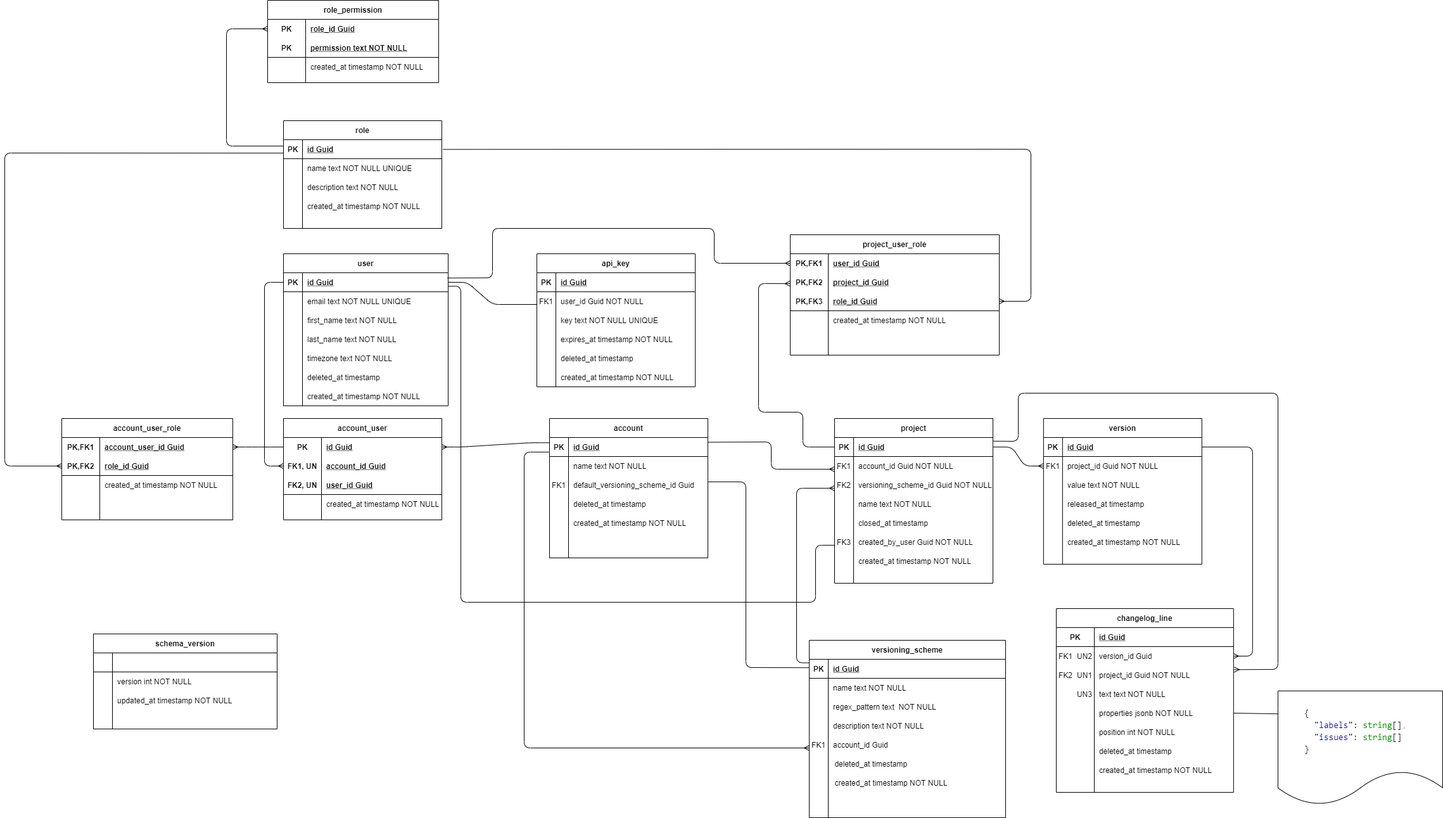
This is docs/assets/ChangeTrackerDbSchema.png from stefan-jeitler/change-blog, a draw.io export, as it was before one commit. Source tidied: cells renumbered, new cells last; positions are measured from the earlier drawing's top-left corner, leaving out a move shared by most shapes.
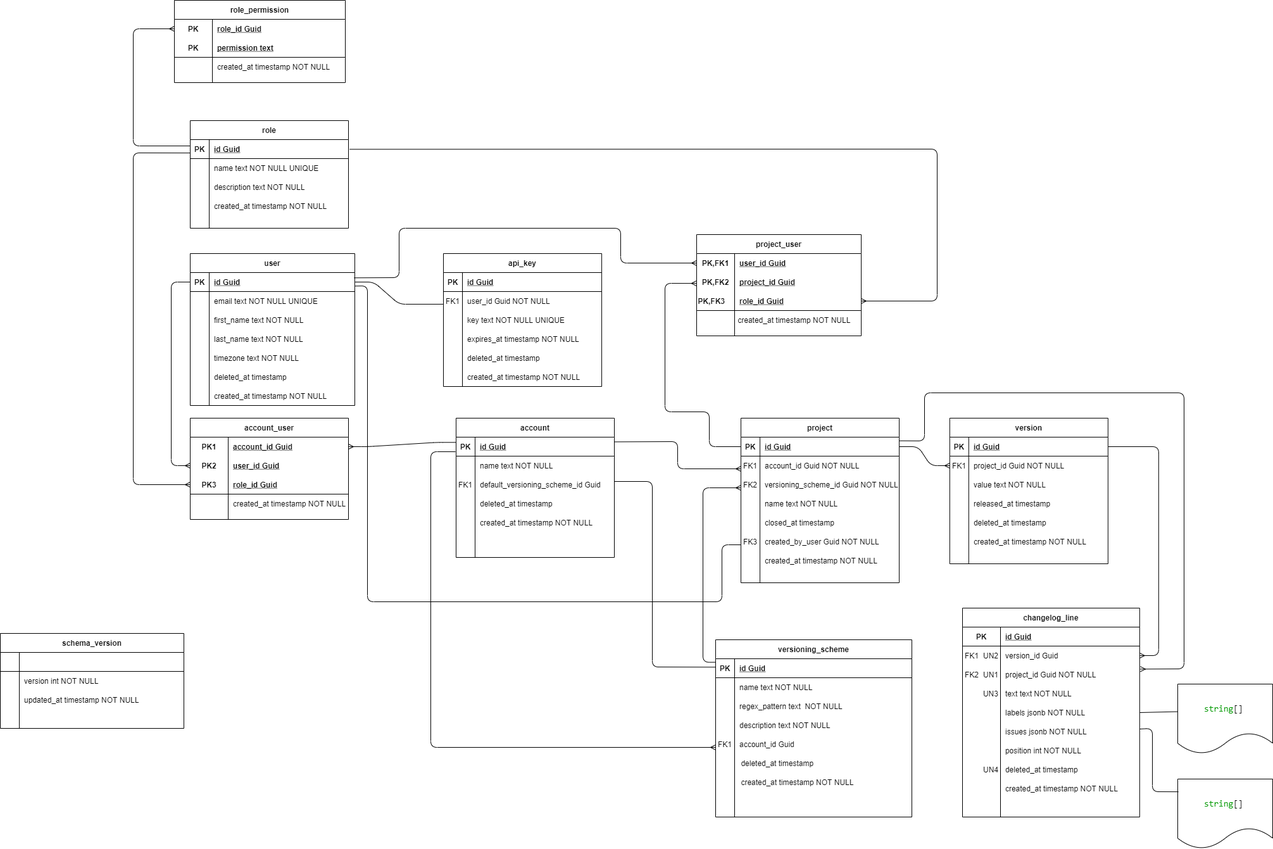
The same diagram one commit later.

Change to the diagram source:
```diff
@@ -41,3 +41,3 @@
     <mxCell id="14" value="changelog_line" style="shape=table;startSize=30;rowLines=0;fontStyle=1;align=center;" parent="1" vertex="1">
-      <mxGeometry x="1660" y="960" width="279.9" height="290" as="geometry" />
+      <mxGeometry x="1660" y="960" width="279.9" height="330" as="geometry" />
     </mxCell>
@@ -203,3 +203,3 @@
     <mxCell id="66" value="created_at timestamp NOT NULL" style="shape=partialRectangle;overflow=hidden;fillColor=none;top=0;left=0;bottom=0;right=0;align=left;spacingLeft=6;" parent="1" vertex="1">
-      <mxGeometry x="1719.9" y="1200" width="220" height="30" as="geometry" />
+      <mxGeometry x="1719.9" y="1230" width="220" height="30" as="geometry" />
     </mxCell>
@@ -321,41 +321,2 @@
     </mxCell>
-    <mxCell id="97" value="account_user_role" style="shape=table;startSize=30;rowLines=0;fontStyle=1;align=center;" parent="1" vertex="1">
-      <mxGeometry x="90" y="660" width="270" height="160" as="geometry" />
-    </mxCell>
-    <mxCell id="98" style="shape=partialRectangle;fillColor=none;top=0;left=0;bottom=0;right=0;points=[[0,0.5],[1,0.5]];portConstraint=eastwest;" parent="97" vertex="1">
-      <mxGeometry y="30" width="270" height="30" as="geometry" />
-    </mxCell>
-    <mxCell id="99" value="PK,FK1" style="shape=partialRectangle;fillColor=none;top=0;left=0;bottom=0;right=0;fontStyle=1;overflow=hidden;" parent="98" vertex="1">
-      <mxGeometry width="60" height="30" as="geometry" />
-    </mxCell>
-    <mxCell id="100" value="account_user_id Guid" style="shape=partialRectangle;fillColor=none;top=0;left=0;bottom=0;right=0;align=left;spacingLeft=6;fontStyle=5;overflow=hidden;" parent="98" vertex="1">
-      <mxGeometry x="60" width="210" height="30" as="geometry" />
-    </mxCell>
-    <mxCell id="101" style="shape=partialRectangle;fillColor=none;top=0;left=0;bottom=1;right=0;points=[[0,0.5],[1,0.5]];portConstraint=eastwest;" parent="97" vertex="1">
-      <mxGeometry y="60" width="270" height="30" as="geometry" />
-    </mxCell>
-    <mxCell id="102" value="PK,FK2" style="shape=partialRectangle;fillColor=none;top=0;left=0;bottom=0;right=0;fontStyle=1;overflow=hidden;" parent="101" vertex="1">
-      <mxGeometry width="60" height="30" as="geometry" />
-    </mxCell>
-    <mxCell id="103" value="role_id Guid" style="shape=partialRectangle;fillColor=none;top=0;left=0;bottom=0;right=0;align=left;spacingLeft=6;fontStyle=5;overflow=hidden;" parent="101" vertex="1">
-      <mxGeometry x="60" width="210" height="30" as="geometry" />
-    </mxCell>
-    <mxCell id="104" style="shape=partialRectangle;fillColor=none;top=0;left=0;bottom=0;right=0;" parent="97" vertex="1">
-      <mxGeometry y="90" width="270" height="30" as="geometry" />
-    </mxCell>
-    <mxCell id="105" style="shape=partialRectangle;fillColor=none;top=0;left=0;bottom=0;right=0;overflow=hidden;" parent="104" vertex="1">
-      <mxGeometry width="60" height="30" as="geometry" />
-    </mxCell>
-    <mxCell id="106" value="created_at timestamp NOT NULL" style="shape=partialRectangle;fillColor=none;top=0;left=0;bottom=0;right=0;align=left;spacingLeft=6;overflow=hidden;" parent="104" vertex="1">
-      <mxGeometry x="60" width="210" height="30" as="geometry" />
-    </mxCell>
-    <mxCell id="107" style="shape=partialRectangle;fillColor=none;top=0;left=0;bottom=0;right=0;" parent="97" vertex="1">
-      <mxGeometry y="120" width="270" height="30" as="geometry" />
-    </mxCell>
-    <mxCell id="108" style="shape=partialRectangle;fillColor=none;top=0;left=0;bottom=0;right=0;overflow=hidden;" parent="107" vertex="1">
-      <mxGeometry width="60" height="30" as="geometry" />
-    </mxCell>
-    <mxCell id="109" style="shape=partialRectangle;fillColor=none;top=0;left=0;bottom=0;right=0;align=left;spacingLeft=6;overflow=hidden;" parent="107" vertex="1">
-      <mxGeometry x="60" width="210" height="30" as="geometry" />
-    </mxCell>
     <mxCell id="110" value="role" style="shape=table;startSize=30;rowLines=0;fontStyle=1;align=center;" parent="1" vertex="1">
@@ -408,3 +369,3 @@
     </mxCell>
-    <mxCell id="126" value="permission text NOT NULL" style="shape=partialRectangle;fillColor=none;top=0;left=0;bottom=0;right=0;align=left;spacingLeft=6;fontStyle=5;overflow=hidden;" parent="124" vertex="1">
+    <mxCell id="126" value="permission text" style="shape=partialRectangle;fillColor=none;top=0;left=0;bottom=0;right=0;align=left;spacingLeft=6;fontStyle=5;overflow=hidden;" parent="124" vertex="1">
       <mxGeometry x="60" width="210" height="30" as="geometry" />
@@ -474,6 +435,6 @@
     </mxCell>
-    <mxCell id="148" value="PK" style="shape=partialRectangle;fillColor=none;top=0;left=0;bottom=0;right=0;fontStyle=1;overflow=hidden;" parent="147" vertex="1">
+    <mxCell id="148" value="PK1" style="shape=partialRectangle;fillColor=none;top=0;left=0;bottom=0;right=0;fontStyle=1;overflow=hidden;" parent="147" vertex="1">
       <mxGeometry width="60" height="30" as="geometry" />
     </mxCell>
-    <mxCell id="149" value="id Guid" style="shape=partialRectangle;fillColor=none;top=0;left=0;bottom=0;right=0;align=left;spacingLeft=6;fontStyle=5;overflow=hidden;" parent="147" vertex="1">
+    <mxCell id="149" value="account_id Guid" style="shape=partialRectangle;fillColor=none;top=0;left=0;bottom=0;right=0;align=left;spacingLeft=6;fontStyle=5;overflow=hidden;" parent="147" vertex="1">
       <mxGeometry x="60" width="190" height="30" as="geometry" />
@@ -483,6 +444,6 @@
     </mxCell>
-    <mxCell id="151" value="FK1, UN" style="shape=partialRectangle;fillColor=none;top=0;left=0;bottom=0;right=0;fontStyle=1;overflow=hidden;" parent="150" vertex="1">
+    <mxCell id="151" value="PK2" style="shape=partialRectangle;fillColor=none;top=0;left=0;bottom=0;right=0;fontStyle=1;overflow=hidden;" parent="150" vertex="1">
       <mxGeometry width="60" height="30" as="geometry" />
     </mxCell>
-    <mxCell id="152" value="account_id Guid" style="shape=partialRectangle;fillColor=none;top=0;left=0;bottom=0;right=0;align=left;spacingLeft=6;fontStyle=5;overflow=hidden;" parent="150" vertex="1">
+    <mxCell id="152" value="user_id Guid" style="shape=partialRectangle;fillColor=none;top=0;left=0;bottom=0;right=0;align=left;spacingLeft=6;fontStyle=5;overflow=hidden;" parent="150" vertex="1">
       <mxGeometry x="60" width="190" height="30" as="geometry" />
@@ -510,19 +471,13 @@
     </mxCell>
-    <mxCell id="156" value="FK2, UN" style="shape=partialRectangle;fillColor=none;top=0;left=0;bottom=0;right=0;fontStyle=1;overflow=hidden;" parent="155" vertex="1">
+    <mxCell id="156" value="PK3" style="shape=partialRectangle;fillColor=none;top=0;left=0;bottom=0;right=0;fontStyle=1;overflow=hidden;" parent="155" vertex="1">
       <mxGeometry width="60" height="30" as="geometry" />
     </mxCell>
-    <mxCell id="157" value="user_id Guid" style="shape=partialRectangle;fillColor=none;top=0;left=0;bottom=0;right=0;align=left;spacingLeft=6;fontStyle=5;overflow=hidden;" parent="1" vertex="1">
+    <mxCell id="157" value="role_id Guid" style="shape=partialRectangle;fillColor=none;top=0;left=0;bottom=0;right=0;align=left;spacingLeft=6;fontStyle=5;overflow=hidden;" parent="1" vertex="1">
       <mxGeometry x="500" y="750" width="190" height="30" as="geometry" />
     </mxCell>
-    <mxCell id="158" value="created_at timestamp NOT NULL" style="shape=partialRectangle;fillColor=none;top=0;left=0;bottom=0;right=0;align=left;spacingLeft=6;overflow=hidden;" parent="1" vertex="1">
-      <mxGeometry x="500" y="780" width="190" height="30" as="geometry" />
-    </mxCell>
-    <mxCell id="159" style="edgeStyle=entityRelationEdgeStyle;fontSize=12;html=1;endArrow=none;endFill=0;exitX=1;exitY=0.5;exitDx=0;exitDy=0;entryX=0;entryY=0.5;entryDx=0;entryDy=0;startArrow=ERmany;startFill=0;" parent="1" edge="1" source="98" target="147">
-      <mxGeometry relative="1" as="geometry" />
-    </mxCell>
-    <mxCell id="160" style="fontSize=12;html=1;endArrow=none;endFill=0;entryX=0.002;entryY=0.705;entryDx=0;entryDy=0;exitX=0;exitY=0.5;exitDx=0;exitDy=0;startArrow=ERmany;startFill=0;entryPerimeter=0;" parent="1" edge="1" source="101" target="111">
+    <mxCell id="160" style="fontSize=12;html=1;endArrow=none;endFill=0;entryX=0.002;entryY=0.705;entryDx=0;entryDy=0;startArrow=ERmany;startFill=0;entryPerimeter=0;exitX=0;exitY=0.5;exitDx=0;exitDy=0;" parent="1" edge="1" source="155" target="111">
       <mxGeometry relative="1" as="geometry">
         <Array as="points">
-          <mxPoint y="735" />
-          <mxPoint y="241" />
+          <mxPoint x="350" y="765" />
+          <mxPoint x="350" y="241" />
         </Array>
@@ -539,7 +494,7 @@
     </mxCell>
-    <mxCell id="162" value="project_user_role" style="shape=table;startSize=30;rowLines=0;fontStyle=1;align=center;" parent="1" vertex="1">
-      <mxGeometry x="1240" y="370" width="330" height="190" as="geometry" />
+    <mxCell id="162" value="project_user" style="shape=table;startSize=30;rowLines=0;fontStyle=1;align=center;" parent="1" vertex="1">
+      <mxGeometry x="1240" y="370" width="260" height="160" as="geometry" />
     </mxCell>
     <mxCell id="163" style="shape=partialRectangle;fillColor=none;top=0;left=0;bottom=0;right=0;points=[[0,0.5],[1,0.5]];portConstraint=eastwest;" parent="162" vertex="1">
-      <mxGeometry y="30" width="330" height="30" as="geometry" />
+      <mxGeometry y="30" width="260" height="30" as="geometry" />
     </mxCell>
@@ -549,6 +504,6 @@
     <mxCell id="165" value="user_id Guid" style="shape=partialRectangle;fillColor=none;top=0;left=0;bottom=0;right=0;align=left;spacingLeft=6;fontStyle=5;overflow=hidden;" parent="163" vertex="1">
-      <mxGeometry x="60" width="270" height="30" as="geometry" />
+      <mxGeometry x="60" width="200" height="30" as="geometry" />
     </mxCell>
     <mxCell id="166" style="shape=partialRectangle;fillColor=none;top=0;left=0;bottom=1;right=0;points=[[0,0.5],[1,0.5]];portConstraint=eastwest;strokeColor=none;" parent="162" vertex="1">
-      <mxGeometry y="60" width="330" height="30" as="geometry" />
+      <mxGeometry y="60" width="260" height="30" as="geometry" />
     </mxCell>
@@ -558,21 +513,21 @@
     <mxCell id="168" value="project_id Guid" style="shape=partialRectangle;fillColor=none;top=0;left=0;bottom=0;right=0;align=left;spacingLeft=6;fontStyle=5;overflow=hidden;" parent="166" vertex="1">
-      <mxGeometry x="60" width="270" height="30" as="geometry" />
+      <mxGeometry x="60" width="200" height="30" as="geometry" />
     </mxCell>
     <mxCell id="169" style="shape=partialRectangle;fillColor=none;top=0;left=0;bottom=1;right=0;points=[[0,0.5],[1,0.5]];portConstraint=eastwest;" parent="1" vertex="1">
-      <mxGeometry x="1240" y="460" width="330" height="30" as="geometry" />
+      <mxGeometry x="1240" y="460" width="260" height="30" as="geometry" />
     </mxCell>
     <mxCell id="170" value="PK,FK3" style="shape=partialRectangle;fillColor=none;top=0;left=0;bottom=0;right=0;fontStyle=1;overflow=hidden;" parent="169" vertex="1">
-      <mxGeometry width="60" height="30" as="geometry" />
+      <mxGeometry width="47.3" height="30" as="geometry" />
     </mxCell>
     <mxCell id="171" value="role_id Guid" style="shape=partialRectangle;fillColor=none;top=0;left=0;bottom=0;right=0;align=left;spacingLeft=6;fontStyle=5;overflow=hidden;" parent="169" vertex="1">
-      <mxGeometry x="60" width="270" height="30" as="geometry" />
+      <mxGeometry x="60" width="200" height="30" as="geometry" />
     </mxCell>
     <mxCell id="172" style="shape=partialRectangle;fillColor=none;top=0;left=0;bottom=0;right=0;" parent="1" vertex="1">
-      <mxGeometry x="1240" y="490" width="330" height="30" as="geometry" />
+      <mxGeometry x="1250" y="490" width="260" height="30" as="geometry" />
     </mxCell>
     <mxCell id="173" style="shape=partialRectangle;fillColor=none;top=0;left=0;bottom=0;right=0;overflow=hidden;" parent="172" vertex="1">
-      <mxGeometry width="60" height="30" as="geometry" />
+      <mxGeometry width="47.3" height="30" as="geometry" />
     </mxCell>
     <mxCell id="174" value="created_at timestamp NOT NULL" style="shape=partialRectangle;fillColor=none;top=0;left=0;bottom=0;right=0;align=left;spacingLeft=6;overflow=hidden;" parent="172" vertex="1">
-      <mxGeometry x="60" width="270" height="30" as="geometry" />
+      <mxGeometry x="47.3" width="212.7" height="30" as="geometry" />
     </mxCell>
@@ -624,9 +579,9 @@
     </mxCell>
-    <mxCell id="184" value="properties jsonb NOT NULL" style="shape=partialRectangle;overflow=hidden;fillColor=none;top=0;left=0;bottom=0;right=0;align=left;spacingLeft=6;" parent="182" vertex="1">
+    <mxCell id="184" value="labels jsonb NOT NULL" style="shape=partialRectangle;overflow=hidden;fillColor=none;top=0;left=0;bottom=0;right=0;align=left;spacingLeft=6;" parent="182" vertex="1">
       <mxGeometry x="30" width="220" height="30" as="geometry" />
     </mxCell>
-    <mxCell id="185" value="&lt;blockquote style=&quot;margin: 0 0 0 40px ; border: none ; padding: 0px&quot;&gt;&lt;div style=&quot;font-family: &amp;#34;consolas&amp;#34; , &amp;#34;courier new&amp;#34; , monospace ; font-size: 14px ; line-height: 19px&quot;&gt;&lt;div&gt;&lt;span style=&quot;background-color: rgb(255 , 255 , 255)&quot;&gt;{&lt;/span&gt;&lt;/div&gt;&lt;/div&gt;&lt;div style=&quot;font-family: &amp;#34;consolas&amp;#34; , &amp;#34;courier new&amp;#34; , monospace ; font-size: 14px ; line-height: 19px&quot;&gt;&lt;div&gt;&lt;span style=&quot;background-color: rgb(255 , 255 , 255)&quot;&gt;&lt;font color=&quot;#d4d4d4&quot;&gt;&amp;nbsp;&amp;nbsp;&lt;/font&gt;&quot;&lt;font color=&quot;#000099&quot;&gt;labels&lt;/font&gt;&lt;/span&gt;&lt;span style=&quot;background-color: rgb(255 , 255 , 255)&quot;&gt;&quot;&lt;/span&gt;&lt;span style=&quot;background-color: rgb(255 , 255 , 255)&quot;&gt;:&lt;/span&gt;&lt;span style=&quot;background-color: rgb(255 , 255 , 255)&quot;&gt;&lt;font color=&quot;#d4d4d4&quot;&gt;&amp;nbsp;&lt;/font&gt;&lt;font color=&quot;#009900&quot;&gt;string&lt;/font&gt;[]&lt;font color=&quot;#d4d4d4&quot;&gt;,&lt;/font&gt;&lt;/span&gt;&lt;/div&gt;&lt;/div&gt;&lt;div style=&quot;font-family: &amp;#34;consolas&amp;#34; , &amp;#34;courier new&amp;#34; , monospace ; font-size: 14px ; line-height: 19px&quot;&gt;&lt;div&gt;&lt;span style=&quot;background-color: rgb(255 , 255 , 255)&quot;&gt;&lt;font color=&quot;#d4d4d4&quot;&gt;&amp;nbsp;&amp;nbsp;&lt;/font&gt;&lt;/span&gt;&lt;span style=&quot;background-color: rgb(255 , 255 , 255)&quot;&gt;&quot;&lt;/span&gt;&lt;span style=&quot;background-color: rgb(255 , 255 , 255)&quot;&gt;&lt;font color=&quot;#000099&quot;&gt;issues&lt;/font&gt;&lt;/span&gt;&lt;span style=&quot;background-color: rgb(255 , 255 , 255)&quot;&gt;&quot;&lt;/span&gt;&lt;span style=&quot;background-color: rgb(255 , 255 , 255)&quot;&gt;:&lt;font color=&quot;#d4d4d4&quot;&gt;&amp;nbsp;&lt;/font&gt;&lt;font color=&quot;#009900&quot;&gt;string&lt;/font&gt;[]&lt;/span&gt;&lt;/div&gt;&lt;/div&gt;&lt;div style=&quot;font-family: &amp;#34;consolas&amp;#34; , &amp;#34;courier new&amp;#34; , monospace ; font-size: 14px ; line-height: 19px&quot;&gt;&lt;div&gt;&lt;span style=&quot;background-color: rgb(255 , 255 , 255)&quot;&gt;}&lt;/span&gt;&lt;/div&gt;&lt;/div&gt;&lt;/blockquote&gt;" style="shape=document;whiteSpace=wrap;html=1;boundedLbl=1;align=left;" parent="1" vertex="1">
-      <mxGeometry x="2010" y="1090" width="260" height="180" as="geometry" />
+    <mxCell id="185" value="&lt;blockquote style=&quot;margin: 0 0 0 40px ; border: none ; padding: 0px&quot;&gt;&lt;div style=&quot;font-family: &amp;#34;consolas&amp;#34; , &amp;#34;courier new&amp;#34; , monospace ; font-size: 14px ; line-height: 19px&quot;&gt;&lt;div&gt;&lt;font color=&quot;#009900&quot;&gt;string&lt;/font&gt;&lt;span style=&quot;background-color: rgb(255 , 255 , 255)&quot;&gt;[]&lt;/span&gt;&lt;span style=&quot;color: rgb(212 , 212 , 212) ; background-color: rgb(255 , 255 , 255)&quot;&gt;&amp;nbsp;&lt;/span&gt;&lt;/div&gt;&lt;/div&gt;&lt;/blockquote&gt;" style="shape=document;whiteSpace=wrap;html=1;boundedLbl=1;align=left;" parent="1" vertex="1">
+      <mxGeometry x="2000" y="1080" width="150" height="110" as="geometry" />
     </mxCell>
-    <mxCell id="186" style="endArrow=none;html=1;exitX=1;exitY=0.5;exitDx=0;exitDy=0;entryX=0.001;entryY=0.201;entryDx=0;entryDy=0;entryPerimeter=0;" parent="1" edge="1" source="182" target="185">
+    <mxCell id="186" style="endArrow=none;html=1;exitX=1;exitY=0.5;exitDx=0;exitDy=0;entryX=0.001;entryY=0.396;entryDx=0;entryDy=0;entryPerimeter=0;" parent="1" edge="1" source="182" target="185">
       <mxGeometry relative="1" as="geometry" />
@@ -634,3 +589,3 @@
     <mxCell id="187" value="deleted_at timestamp " style="shape=partialRectangle;overflow=hidden;fillColor=none;top=0;left=0;bottom=0;right=0;align=left;spacingLeft=6;" parent="1" vertex="1">
-      <mxGeometry x="1719.9" y="1170" width="220" height="30" as="geometry" />
+      <mxGeometry x="1719.9" y="1200" width="220" height="30" as="geometry" />
     </mxCell>
@@ -655,3 +610,3 @@
     <mxCell id="194" value="position int NOT NULL " style="shape=partialRectangle;overflow=hidden;fillColor=none;top=0;left=0;bottom=0;right=0;align=left;spacingLeft=6;" parent="1" vertex="1">
-      <mxGeometry x="1719.9" y="1140" width="220" height="30" as="geometry" />
+      <mxGeometry x="1719.9" y="1170" width="220" height="30" as="geometry" />
     </mxCell>
@@ -692,2 +647,28 @@
     </mxCell>
+    <mxCell id="158" value="created_at timestamp NOT NULL" style="shape=partialRectangle;fillColor=none;top=0;left=0;bottom=0;right=0;align=left;spacingLeft=6;overflow=hidden;" parent="1" vertex="1">
+      <mxGeometry x="500" y="780" width="190" height="30" as="geometry" />
+    </mxCell>
+    <mxCell id="204" value="UN4" style="shape=partialRectangle;overflow=hidden;fillColor=none;top=0;left=0;bottom=0;right=0;" parent="1" vertex="1">
+      <mxGeometry x="1690" y="1200" width="30" height="30" as="geometry" />
+    </mxCell>
+    <mxCell id="205" style="shape=partialRectangle;fillColor=none;points=[[0,0.5],[1,0.5]];portConstraint=eastwest;top=0;left=0;right=0;bottom=0;" parent="1" vertex="1">
+      <mxGeometry x="1690" y="1140" width="250" height="30" as="geometry" />
+    </mxCell>
+    <mxCell id="206" style="shape=partialRectangle;overflow=hidden;fillColor=none;top=0;left=0;bottom=0;right=0;" parent="205" vertex="1">
+      <mxGeometry width="30" height="30" as="geometry" />
+    </mxCell>
+    <mxCell id="207" value="issues jsonb NOT NULL" style="shape=partialRectangle;overflow=hidden;fillColor=none;top=0;left=0;bottom=0;right=0;align=left;spacingLeft=6;" parent="205" vertex="1">
+      <mxGeometry x="30" width="220" height="30" as="geometry" />
+    </mxCell>
+    <mxCell id="208" value="&lt;blockquote style=&quot;margin: 0 0 0 40px ; border: none ; padding: 0px&quot;&gt;&lt;div style=&quot;font-family: &amp;#34;consolas&amp;#34; , &amp;#34;courier new&amp;#34; , monospace ; font-size: 14px ; line-height: 19px&quot;&gt;&lt;div&gt;&lt;font color=&quot;#009900&quot;&gt;string&lt;/font&gt;&lt;span style=&quot;background-color: rgb(255 , 255 , 255)&quot;&gt;[]&lt;/span&gt;&lt;span style=&quot;color: rgb(212 , 212 , 212) ; background-color: rgb(255 , 255 , 255)&quot;&gt;&amp;nbsp;&lt;/span&gt;&lt;/div&gt;&lt;/div&gt;&lt;/blockquote&gt;" style="shape=document;whiteSpace=wrap;html=1;boundedLbl=1;align=left;" parent="1" vertex="1">
+      <mxGeometry x="2000" y="1230" width="150" height="110" as="geometry" />
+    </mxCell>
+    <mxCell id="209" style="endArrow=none;html=1;entryX=0.007;entryY=0.183;entryDx=0;entryDy=0;entryPerimeter=0;exitX=1;exitY=0.366;exitDx=0;exitDy=0;exitPerimeter=0;" parent="1" edge="1" source="205" target="208">
+      <mxGeometry relative="1" as="geometry">
+        <Array as="points">
+          <mxPoint x="1960" y="1150" />
+          <mxPoint x="1960" y="1250" />
+        </Array>
+      </mxGeometry>
+    </mxCell>
   </root>
```
